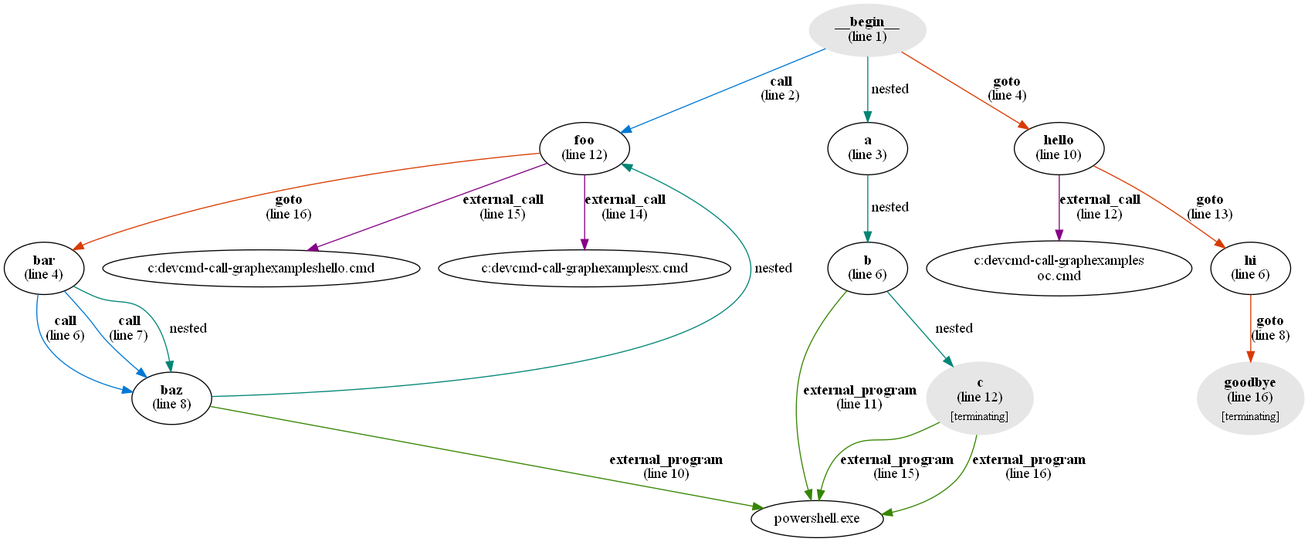
Before: examples/example1.png, a diagram exported from Graphviz (microsoft/cmd-call-graph). Its source is kept beside it as examples/example1.dot. Its diagram source:
```dot
digraph g {
"__begin__" [color="#e6e6e6",style=filled,label=<<b>__begin__</b><br/>(line 1)<br/><sub>[terminating]</sub>>]
"__begin__" -> "foo" [label=<<b>call</b><br />(line 2)>,color="#0078d4"]
"bar" [label=<<b>bar</b><br/>(line 4)>]
"bar" -> "baz" [label=<<b>call</b><br />(line 6)>,color="#0078d4"]
"bar" -> "baz" [label=<<b>call</b><br />(line 7)>,color="#0078d4"]
"bar" -> "baz" [label=" nested",color="#008575"]
"baz" [label=<<b>baz</b><br/>(line 8)>]
"baz" -> "foo" [label=" nested",color="#008575"]
"baz" -> "powershell.exe" [label=<<b>external_program</b><br />(line 10)>,color="#358500"]
"foo" [label=<<b>foo</b><br/>(line 12)>]
"foo" -> "bar" [label=<<b>goto</b><br />(line 16)>,color="#d83b01"]
"foo" -> "c:\dev\cmd-call-graph\examples\hello.cmd" [label=<<b>external_call</b><br />(line 15)>,color="#850085"]
"foo" -> "c:\dev\cmd-call-graph\examples\x.cmd" [label=<<b>external_call</b><br />(line 14)>,color="#850085"]
"__begin__" [label=<<b>__begin__</b><br/>(line 1)>]
"__begin__" -> "a" [label=" nested",color="#008575"]
"a" [label=<<b>a</b><br/>(line 3)>]
"a" -> "b" [label=" nested",color="#008575"]
"b" [label=<<b>b</b><br/>(line 6)>]
"b" -> "c" [label=" nested",color="#008575"]
"b" -> "powershell.exe" [label=<<b>external_program</b><br />(line 11)>,color="#358500"]
"c" [color="#e6e6e6",style=filled,label=<<b>c</b><br/>(line 12)<br/><sub>[terminating]</sub>>]
"c" -> "powershell.exe" [label=<<b>external_program</b><br />(line 15)>,color="#358500"]
"c" -> "powershell.exe" [label=<<b>external_program</b><br />(line 16)>,color="#358500"]
"__begin__" [label=<<b>__begin__</b><br/>(line 1)>]
"__begin__" -> "hello" [label=<<b>goto</b><br />(line 4)>,color="#d83b01"]
"goodbye" [color="#e6e6e6",style=filled,label=<<b>goodbye</b><br/>(line 16)<br/><sub>[terminating]</sub>>]
"hello" [label=<<b>hello</b><br/>(line 10)>]
"hello" -> "c:\dev\cmd-call-graph\examples\loc.cmd" [label=<<b>external_call</b><br />(line 12)>,color="#850085"]
"hello" -> "hi" [label=<<b>goto</b><br />(line 13)>,color="#d83b01"]
"hi" [label=<<b>hi</b><br/>(line 6)>]
"hi" -> "goodbye" [label=<<b>goto</b><br />(line 8)>,color="#d83b01"]
}
```
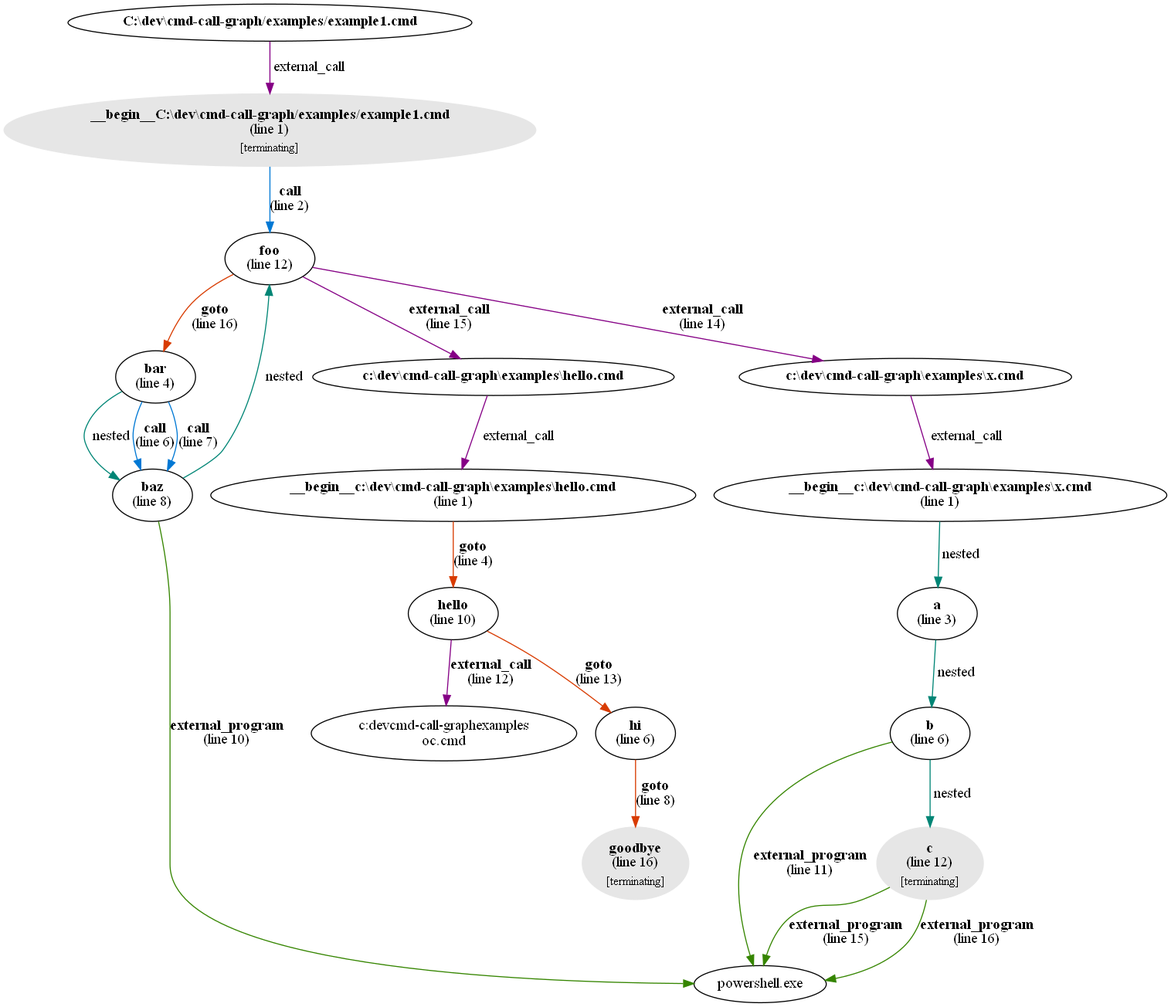
The same diagram one commit later.

Commit message:
Corrected reference from source node to external cmd script content nodes for rendering

What changed in the source:
```diff
@@ -1,6 +1,8 @@
 digraph g {
-"__begin__" [color="#e6e6e6",style=filled,label=<<b>__begin__</b><br/>(line 1)<br/><sub>[terminating]</sub>>]
-"__begin__" -> "foo" [label=<<b>call</b><br />(line 2)>,color="#0078d4"]
+"C:\dev\cmd-call-graph/examples/example1.cmd" [label=<<b>C:\dev\cmd-call-graph/examples/example1.cmd</b>>]
+"C:\dev\cmd-call-graph/examples/example1.cmd" -> "__begin__C:\dev\cmd-call-graph/examples/example1.cmd" [label=" external_call",color="#850085"]
+"__begin__C:\dev\cmd-call-graph/examples/example1.cmd" [color="#e6e6e6",style=filled,label=<<b>__begin__C:\dev\cmd-call-graph/examples/example1.cmd</b><br/>(line 1)<br/><sub>[terminating]</sub>>]
+"__begin__C:\dev\cmd-call-graph/examples/example1.cmd" -> "foo" [label=<<b>call</b><br />(line 2)>,color="#0078d4"]
 "bar" [label=<<b>bar</b><br/>(line 4)>]
 "bar" -> "baz" [label=<<b>call</b><br />(line 6)>,color="#0078d4"]
 "bar" -> "baz" [label=<<b>call</b><br />(line 7)>,color="#0078d4"]
@@ -12,8 +14,8 @@
 "foo" -> "bar" [label=<<b>goto</b><br />(line 16)>,color="#d83b01"]
 "foo" -> "c:\dev\cmd-call-graph\examples\hello.cmd" [label=<<b>external_call</b><br />(line 15)>,color="#850085"]
 "foo" -> "c:\dev\cmd-call-graph\examples\x.cmd" [label=<<b>external_call</b><br />(line 14)>,color="#850085"]
-"__begin__" [label=<<b>__begin__</b><br/>(line 1)>]
-"__begin__" -> "a" [label=" nested",color="#008575"]
+"__begin__c:\dev\cmd-call-graph\examples\x.cmd" [label=<<b>__begin__c:\dev\cmd-call-graph\examples\x.cmd</b><br/>(line 1)>]
+"__begin__c:\dev\cmd-call-graph\examples\x.cmd" -> "a" [label=" nested",color="#008575"]
 "a" [label=<<b>a</b><br/>(line 3)>]
 "a" -> "b" [label=" nested",color="#008575"]
 "b" [label=<<b>b</b><br/>(line 6)>]
@@ -22,8 +24,12 @@
 "c" [color="#e6e6e6",style=filled,label=<<b>c</b><br/>(line 12)<br/><sub>[terminating]</sub>>]
 "c" -> "powershell.exe" [label=<<b>external_program</b><br />(line 15)>,color="#358500"]
 "c" -> "powershell.exe" [label=<<b>external_program</b><br />(line 16)>,color="#358500"]
-"__begin__" [label=<<b>__begin__</b><br/>(line 1)>]
-"__begin__" -> "hello" [label=<<b>goto</b><br />(line 4)>,color="#d83b01"]
+"c:\dev\cmd-call-graph\examples\x.cmd" [label=<<b>c:\dev\cmd-call-graph\examples\x.cmd</b>>]
+"c:\dev\cmd-call-graph\examples\x.cmd" -> "__begin__c:\dev\cmd-call-graph\examples\x.cmd" [label=" external_call",color="#850085"]
+"__begin__c:\dev\cmd-call-graph\examples\hello.cmd" [label=<<b>__begin__c:\dev\cmd-call-graph\examples\hello.cmd</b><br/>(line 1)>]
+"__begin__c:\dev\cmd-call-graph\examples\hello.cmd" -> "hello" [label=<<b>goto</b><br />(line 4)>,color="#d83b01"]
+"c:\dev\cmd-call-graph\examples\hello.cmd" [label=<<b>c:\dev\cmd-call-graph\examples\hello.cmd</b>>]
+"c:\dev\cmd-call-graph\examples\hello.cmd" -> "__begin__c:\dev\cmd-call-graph\examples\hello.cmd" [label=" external_call",color="#850085"]
 "goodbye" [color="#e6e6e6",style=filled,label=<<b>goodbye</b><br/>(line 16)<br/><sub>[terminating]</sub>>]
 "hello" [label=<<b>hello</b><br/>(line 10)>]
 "hello" -> "c:\dev\cmd-call-graph\examples\loc.cmd" [label=<<b>external_call</b><br />(line 12)>,color="#850085"]
```
